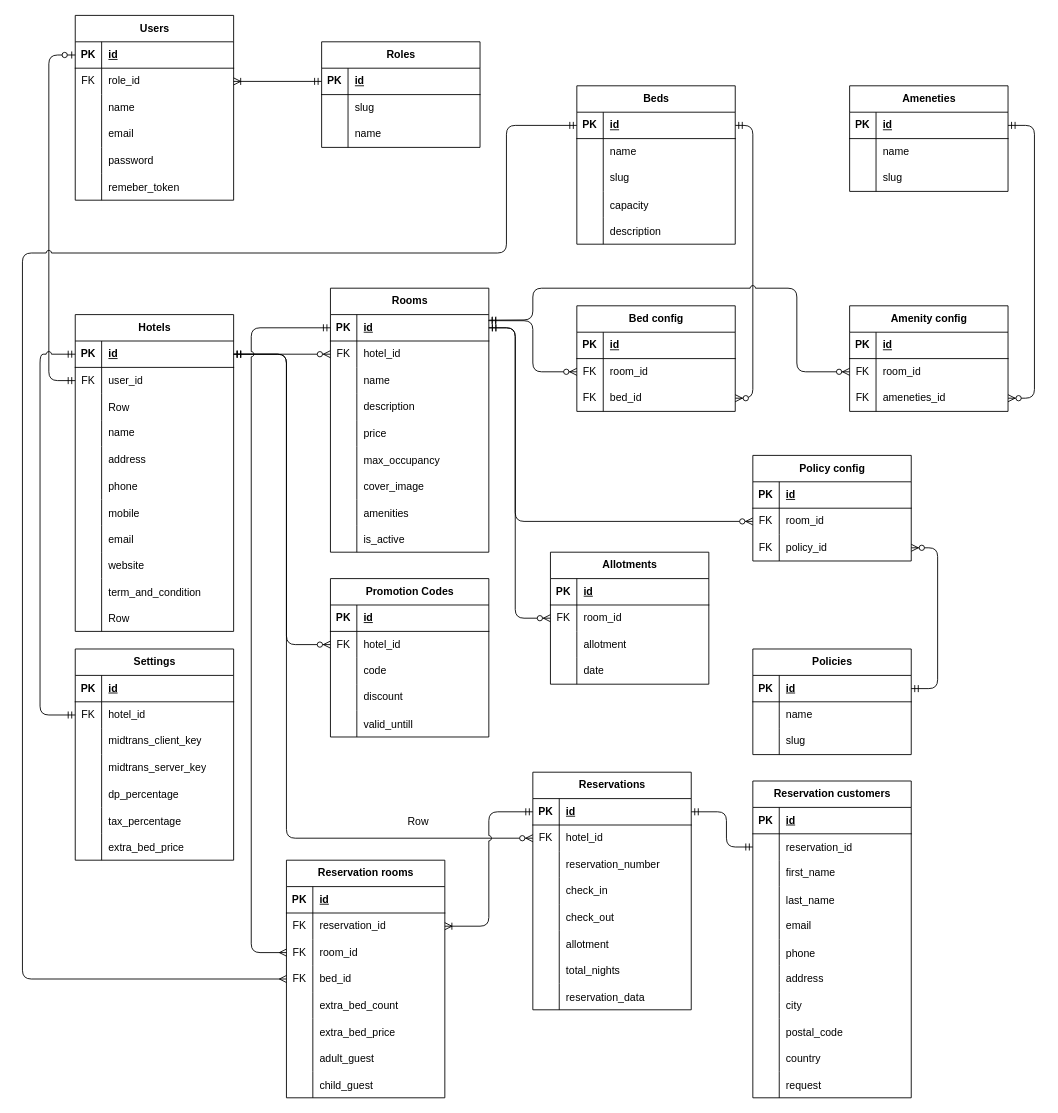
Hans-Star18/ta-booking-system keeps this draw.io diagram as diagram.drawio. Above is the earlier version. Source tidied: cells renumbered, new cells numbered last; positions are measured from the earlier drawing's top-left corner, leaving out a move shared by most shapes. Both pictures are drawn from the tidied source at 88%, with x=0, y=0 at pixel (22, 15).
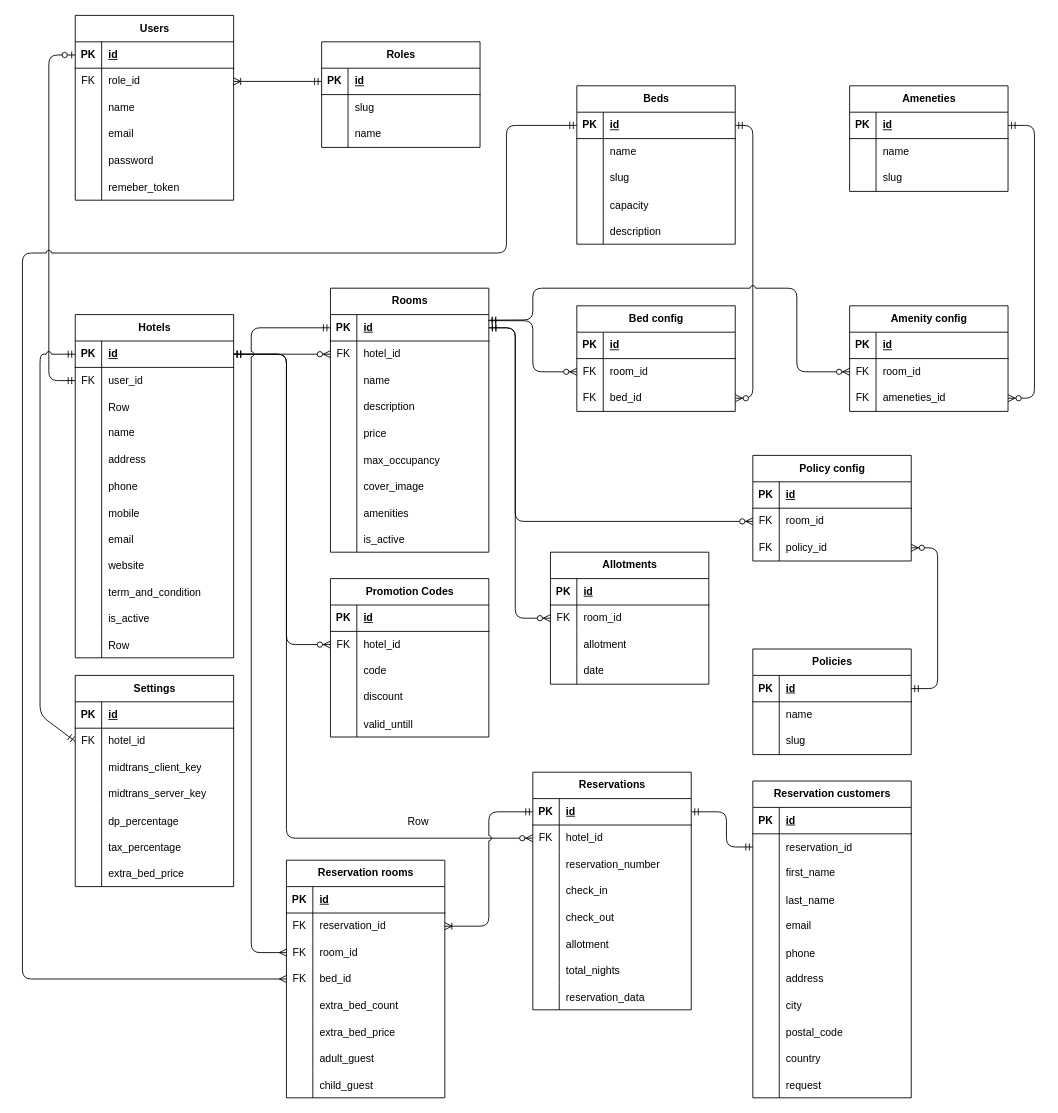
The same page after the edit.

The change refers to these unchanged cells:
```xml
<mxCell id="63" style="shape=tableRow;horizontal=0;startSize=0;swimlaneHead=0;swimlaneBody=0;fillColor=none;top=0;left=0;right=0;bottom=0;" parent="32" vertex="1">
  <mxGeometry y="330" width="180" height="30" as="geometry" />
</mxCell>
```

What changed in the source:
```diff
@@
     <mxCell id="32" value="Hotels" style="shape=table;startSize=30;childLayout=tableLayout;rowLines=0;fontStyle=1;align=center;html=1;" parent="1" vertex="1">
-      <mxGeometry x="60" y="340" width="180" height="360" as="geometry" />
+      <mxGeometry x="60" y="340" width="180" height="390" as="geometry" />
     </mxCell>
@@
-    <mxCell id="65" value="Row" style="shape=partialRectangle;fillColor=none;top=0;left=0;bottom=0;right=0;align=left;spacingLeft=6;overflow=hidden;" parent="63" vertex="1">
+    <mxCell id="65" value="is_active" style="shape=partialRectangle;fillColor=none;top=0;left=0;bottom=0;right=0;align=left;spacingLeft=6;overflow=hidden;" parent="63" vertex="1">
       <mxGeometry x="30" width="150" height="30" as="geometry" />
     </mxCell>
+    <mxCell id="315" style="shape=tableRow;horizontal=0;startSize=0;swimlaneHead=0;swimlaneBody=0;fillColor=none;top=0;left=0;right=0;bottom=0;" parent="32" vertex="1">
+      <mxGeometry y="360" width="180" height="30" as="geometry" />
+    </mxCell>
+    <mxCell id="316" style="shape=partialRectangle;fillColor=none;top=0;left=0;bottom=0;right=0;overflow=hidden;" parent="315" vertex="1">
+      <mxGeometry width="30" height="30" as="geometry" />
+    </mxCell>
+    <mxCell id="317" value="Row" style="shape=partialRectangle;fillColor=none;top=0;left=0;bottom=0;right=0;align=left;spacingLeft=6;overflow=hidden;" parent="315" vertex="1">
+      <mxGeometry x="30" width="150" height="30" as="geometry" />
+    </mxCell>
@@
     <mxCell id="138" value="Settings" style="shape=table;startSize=30;childLayout=tableLayout;rowLines=0;fontStyle=1;align=center;html=1;" parent="1" vertex="1">
-      <mxGeometry x="60" y="720" width="180" height="240" as="geometry" />
+      <mxGeometry x="60" y="750" width="180" height="240" as="geometry" />
     </mxCell>
```
